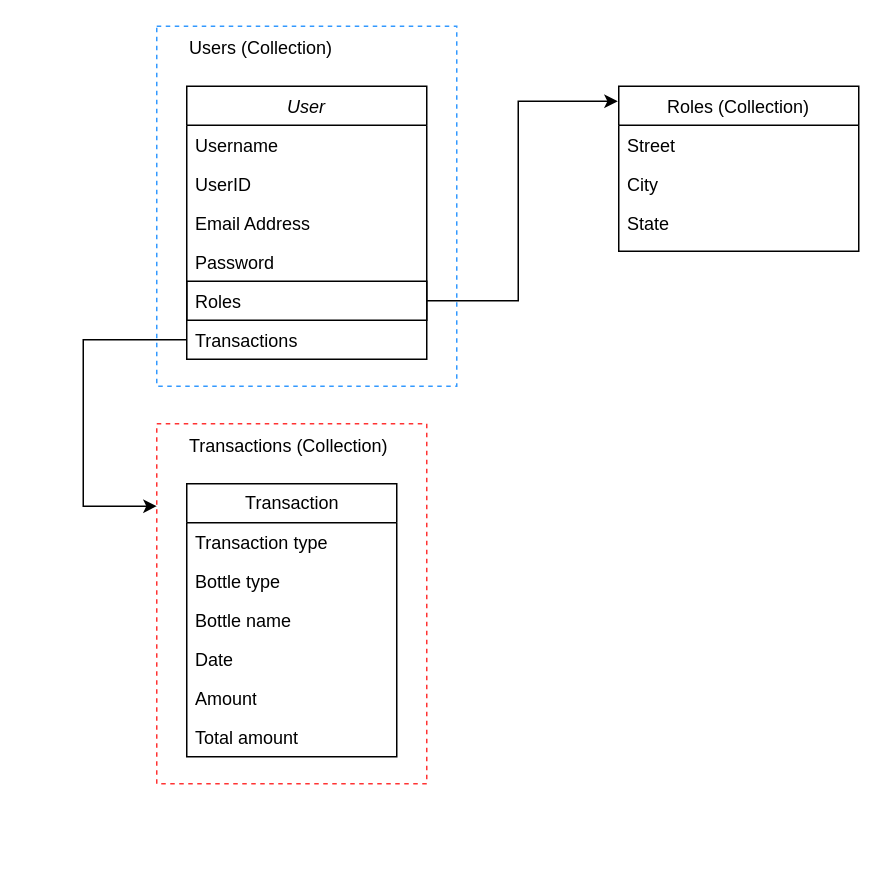
Earlier version of the draw.io diagram NCKH-Database_design.drawio (lukas0173/Draw.io). Source tidied: cells renumbered, new cells numbered last; positions are measured from the earlier drawing's top-left corner, leaving out a move shared by most shapes. Both pictures are drawn from the tidied source at 150%, with x=0, y=0 at pixel (82, 26).
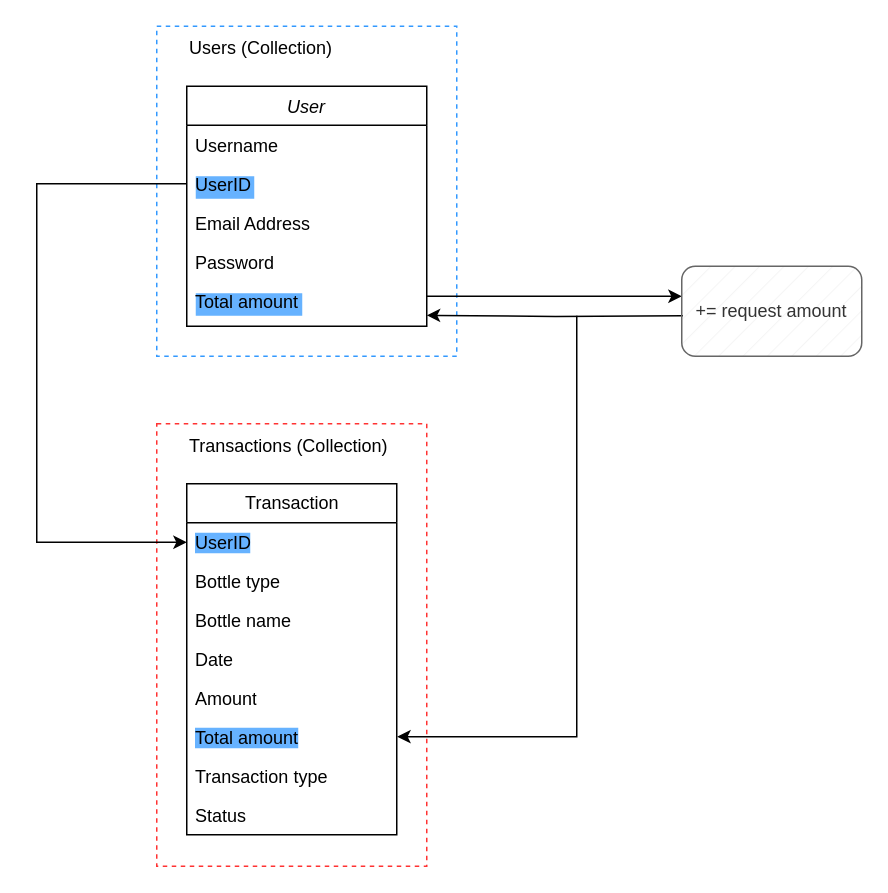
The same page after the edit.

Diff of the diagram source:
```diff
@@
     <mxCell id="2" style="rounded=0;whiteSpace=wrap;html=1;dashed=1;strokeColor=#FF3333;" parent="1" vertex="1">
-      <mxGeometry x="49" y="265" width="180" height="240" as="geometry" />
+      <mxGeometry x="49" y="265" width="180" height="295" as="geometry" />
     </mxCell>
     <mxCell id="3" style="rounded=0;whiteSpace=wrap;html=1;dashed=1;strokeColor=#3399FF;" parent="1" vertex="1">
-      <mxGeometry x="49" width="200" height="240" as="geometry" />
+      <mxGeometry x="49" width="200" height="220" as="geometry" />
     </mxCell>
     <mxCell id="4" value="User" style="swimlane;fontStyle=2;align=center;verticalAlign=top;horizontal=1;startSize=26;rounded=0;shadow=0;strokeWidth=1;" parent="1" vertex="1">
-      <mxGeometry x="69" y="40" width="160" height="182" as="geometry" />
+      <mxGeometry x="69" y="40" width="160" height="160" as="geometry" />
     </mxCell>
@@
-    <mxCell id="6" value="UserID" style="text;align=left;verticalAlign=top;spacingLeft=4;spacingRight=4;overflow=hidden;points=[[0,0.5],[1,0.5]];portConstraint=eastwest;rounded=0;shadow=0;html=0;" parent="4" vertex="1">
+    <mxCell id="6" value="UserID" style="text;align=left;verticalAlign=top;spacingLeft=4;spacingRight=4;overflow=hidden;points=[[0,0.5],[1,0.5]];portConstraint=eastwest;rounded=0;shadow=0;html=0;fontStyle=0;labelBackgroundColor=#66B2FF;" parent="4" vertex="1">
       <mxGeometry y="52" width="160" height="26" as="geometry" />
     </mxCell>
@@
-    <mxCell id="9" value="Roles" style="text;align=left;verticalAlign=top;spacingLeft=4;spacingRight=4;overflow=hidden;points=[[0,0.5],[1,0.5]];portConstraint=eastwest;rounded=0;shadow=0;html=0;strokeColor=default;" parent="4" vertex="1">
-      <mxGeometry y="130" width="160" height="26" as="geometry" />
-    </mxCell>
-    <mxCell id="10" value="Transactions" style="text;align=left;verticalAlign=top;spacingLeft=4;spacingRight=4;overflow=hidden;points=[[0,0.5],[1,0.5]];portConstraint=eastwest;rounded=0;shadow=0;html=0;" parent="4" vertex="1">
-      <mxGeometry y="156" width="160" height="26" as="geometry" />
+    <mxCell id="10" value="Total amount" style="text;align=left;verticalAlign=top;spacingLeft=4;spacingRight=4;overflow=hidden;points=[[0,0.5],[1,0.5]];portConstraint=eastwest;rounded=0;shadow=0;html=0;strokeColor=none;labelBackgroundColor=#66B2FF;" parent="4" vertex="1">
+      <mxGeometry y="130" width="160" height="30" as="geometry" />
     </mxCell>
-    <mxCell id="11" value="Roles (Collection)" style="swimlane;fontStyle=0;align=center;verticalAlign=top;horizontal=1;startSize=26;rounded=0;shadow=0;strokeWidth=1;" parent="1" vertex="1">
-      <mxGeometry x="357" y="40" width="160" height="110" as="geometry" />
-    </mxCell>
-    <mxCell id="12" value="Street" style="text;align=left;verticalAlign=top;spacingLeft=4;spacingRight=4;overflow=hidden;" parent="11" vertex="1">
-      <mxGeometry y="26" width="160" height="26" as="geometry" />
-    </mxCell>
-    <mxCell id="13" value="City" style="text;align=left;verticalAlign=top;spacingLeft=4;spacingRight=4;overflow=hidden;rounded=0;shadow=0;html=0;" parent="11" vertex="1">
-      <mxGeometry y="52" width="160" height="26" as="geometry" />
-    </mxCell>
-    <mxCell id="14" value="State" style="text;align=left;verticalAlign=top;spacingLeft=4;spacingRight=4;overflow=hidden;rounded=0;shadow=0;html=0;" parent="11" vertex="1">
-      <mxGeometry y="78" width="160" height="26" as="geometry" />
-    </mxCell>
@@
-    <mxCell id="16" style="edgeStyle=orthogonalEdgeStyle;rounded=0;jettySize=auto;html=1;entryX=-0.004;entryY=0.091;entryDx=0;entryDy=0;entryPerimeter=0;" parent="1" edge="1" source="9" target="11">
-      <mxGeometry relative="1" as="geometry">
-        <Array as="points">
-          <mxPoint x="290" y="183" />
-          <mxPoint x="290" y="50" />
-        </Array>
-      </mxGeometry>
-    </mxCell>
     <mxCell id="17" value="Transaction" style="swimlane;fontStyle=0;horizontal=1;startSize=26;fillColor=none;html=1;" parent="1" vertex="1">
-      <mxGeometry x="69" y="305" width="140" height="182" as="geometry" />
+      <mxGeometry x="69" y="305" width="140" height="234" as="geometry" />
     </mxCell>
-    <mxCell id="18" value="Transaction type" style="text;strokeColor=none;fillColor=none;align=left;verticalAlign=top;spacingLeft=4;spacingRight=4;overflow=hidden;points=[[0,0.5],[1,0.5]];portConstraint=eastwest;whiteSpace=wrap;html=1;" parent="17" vertex="1">
+    <mxCell id="18" value="UserID" style="text;strokeColor=none;fillColor=none;align=left;verticalAlign=top;spacingLeft=4;spacingRight=4;overflow=hidden;points=[[0,0.5],[1,0.5]];portConstraint=eastwest;whiteSpace=wrap;html=1;labelBackgroundColor=#66B2FF;" parent="17" vertex="1">
       <mxGeometry y="26" width="140" height="26" as="geometry" />
     </mxCell>
@@
-    <mxCell id="23" value="Total amount" style="text;strokeColor=none;fillColor=none;align=left;verticalAlign=top;spacingLeft=4;spacingRight=4;overflow=hidden;points=[[0,0.5],[1,0.5]];portConstraint=eastwest;whiteSpace=wrap;html=1;" parent="17" vertex="1">
+    <mxCell id="23" value="Total amount" style="text;strokeColor=none;fillColor=none;align=left;verticalAlign=top;spacingLeft=4;spacingRight=4;overflow=hidden;points=[[0,0.5],[1,0.5]];portConstraint=eastwest;whiteSpace=wrap;html=1;labelBackgroundColor=#66B2FF;" parent="17" vertex="1">
       <mxGeometry y="156" width="140" height="26" as="geometry" />
     </mxCell>
-    <mxCell id="24" style="edgeStyle=orthogonalEdgeStyle;rounded=0;jettySize=auto;html=1;entryX=0;entryY=0.229;entryDx=0;entryDy=0;entryPerimeter=0;" parent="1" edge="1" source="10" target="2">
-      <mxGeometry relative="1" as="geometry">
-        <Array as="points">
-          <mxPoint y="209" />
-          <mxPoint y="320" />
-        </Array>
-      </mxGeometry>
-    </mxCell>
+    <mxCell id="26" value="Transaction type" style="text;strokeColor=none;fillColor=none;align=left;verticalAlign=top;spacingLeft=4;spacingRight=4;overflow=hidden;whiteSpace=wrap;html=1;" parent="17" vertex="1">
+      <mxGeometry y="182" width="140" height="26" as="geometry" />
+    </mxCell>
+    <mxCell id="27" value="Status" style="text;strokeColor=none;fillColor=none;align=left;verticalAlign=top;spacingLeft=4;spacingRight=4;overflow=hidden;whiteSpace=wrap;html=1;" parent="17" vertex="1">
+      <mxGeometry y="208" width="140" height="26" as="geometry" />
+    </mxCell>
@@
+    <mxCell id="28" style="edgeStyle=orthogonalEdgeStyle;rounded=0;jettySize=auto;html=1;exitX=0;exitY=0.5;exitDx=0;exitDy=0;entryX=0;entryY=0.5;entryDx=0;entryDy=0;" parent="1" edge="1" source="6" target="18">
+      <mxGeometry relative="1" as="geometry">
+        <Array as="points">
+          <mxPoint x="-31" y="105" />
+          <mxPoint x="-31" y="344" />
+        </Array>
+      </mxGeometry>
+    </mxCell>
+    <mxCell id="29" style="edgeStyle=orthogonalEdgeStyle;rounded=0;orthogonalLoop=1;jettySize=auto;html=1;entryX=0;entryY=0.5;entryDx=0;entryDy=0;" parent="1" edge="1">
+      <mxGeometry relative="1" as="geometry">
+        <mxPoint x="229" y="180" as="sourcePoint" />
+        <mxPoint x="399" y="180" as="targetPoint" />
+      </mxGeometry>
+    </mxCell>
+    <mxCell id="30" style="edgeStyle=orthogonalEdgeStyle;rounded=0;orthogonalLoop=1;jettySize=auto;html=1;entryX=1.01;entryY=0.755;entryDx=0;entryDy=0;entryPerimeter=0;exitX=0.02;exitY=0.663;exitDx=0;exitDy=0;exitPerimeter=0;" parent="1" edge="1">
+      <mxGeometry relative="1" as="geometry">
+        <mxPoint x="399.8" y="193" as="sourcePoint" />
+        <mxPoint x="229" y="192.7" as="targetPoint" />
+      </mxGeometry>
+    </mxCell>
+    <mxCell id="31" style="endArrow=classic;html=1;rounded=0;edgeStyle=orthogonalEdgeStyle;elbow=vertical;entryX=1.002;entryY=0.485;entryDx=0;entryDy=0;entryPerimeter=0;" parent="1" edge="1" target="23">
+      <mxGeometry relative="1" as="geometry">
+        <mxPoint x="329" y="193" as="sourcePoint" />
+        <Array as="points">
+          <mxPoint x="329" y="474" />
+          <mxPoint x="209" y="474" />
+        </Array>
+      </mxGeometry>
+    </mxCell>
+    <mxCell id="32" value="+= request amount" style="rounded=1;whiteSpace=wrap;html=1;fillColor=#f5f5f5;strokeColor=#666666;fontColor=#333333;fillStyle=hatch;" parent="1" vertex="1">
+      <mxGeometry x="399" y="160" width="120" height="60" as="geometry" />
+    </mxCell>
```
